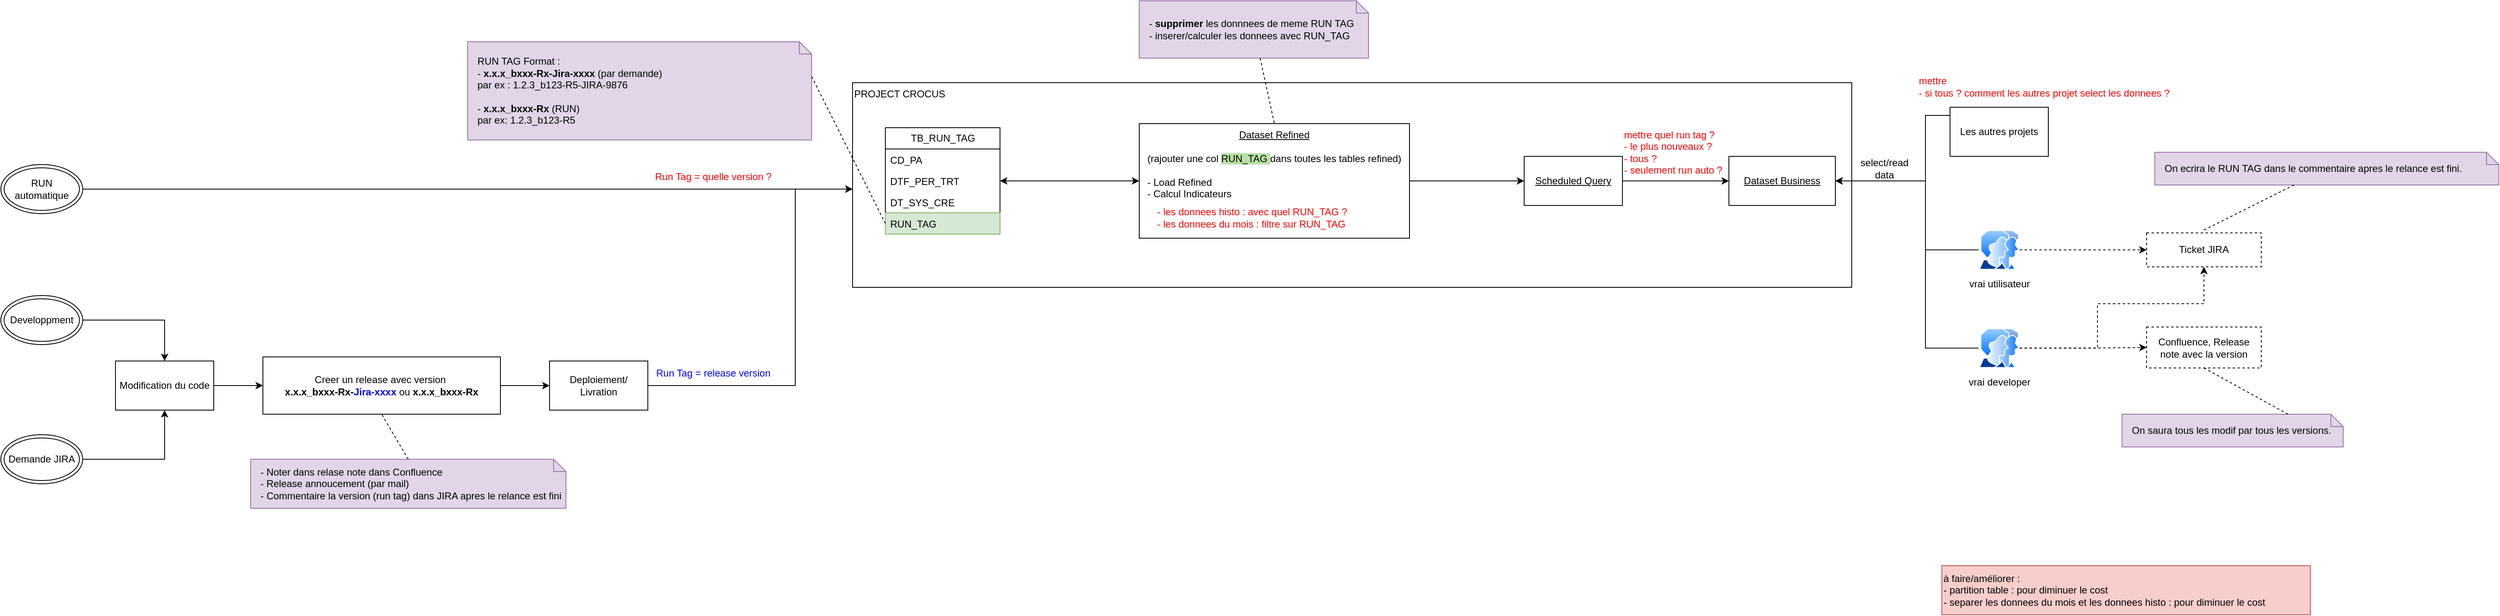
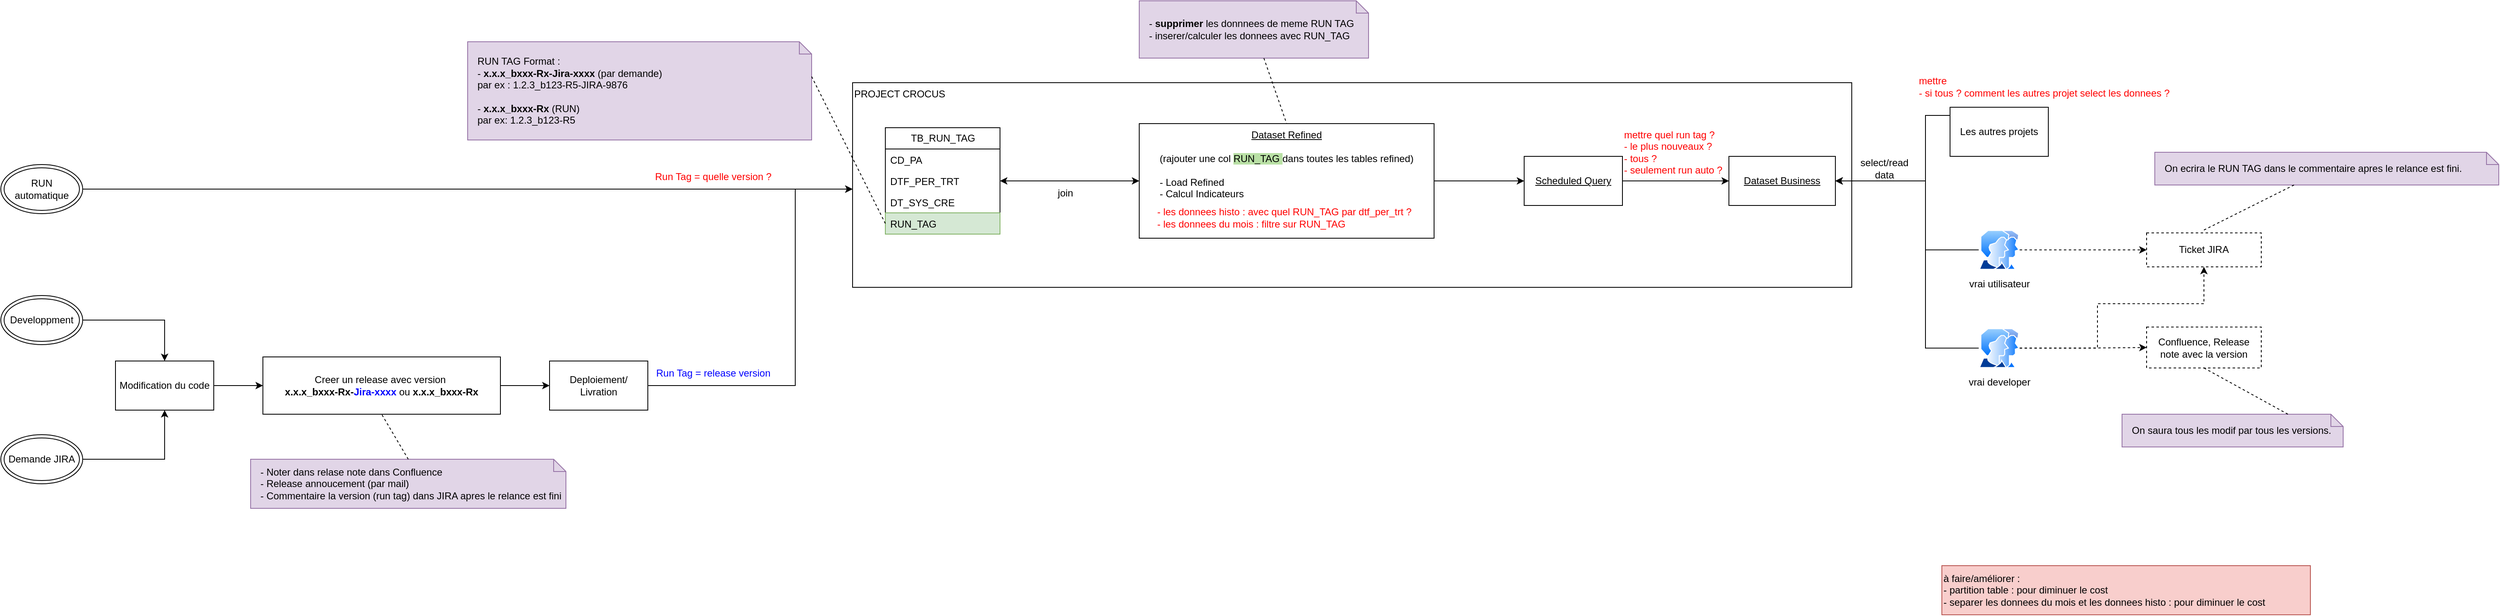
<mxfile host="app.diagrams.net">
  <diagram name="Page-1" id="bEAYSmEDHXBXhFzCy1HB">
    <mxGraphModel dx="2873" dy="1106" grid="1" gridSize="10" guides="1" tooltips="1" connect="1" arrows="1" fold="1" page="1" pageScale="1" pageWidth="827" pageHeight="1169" math="0" shadow="0">
      <root>
        <mxCell id="0" />
        <mxCell id="1" parent="0" />
        <mxCell id="QUzsFoNl6aFI_2ed8XXq-13" parent="1" style="rounded=0;whiteSpace=wrap;html=1;align=left;verticalAlign=top;" value="PROJECT CROCUS" vertex="1">
          <mxGeometry height="250" width="1220" x="380" y="140" as="geometry" />
        </mxCell>
        <mxCell id="QUzsFoNl6aFI_2ed8XXq-1" parent="1" style="swimlane;fontStyle=0;childLayout=stackLayout;horizontal=1;startSize=26;fillColor=none;horizontalStack=0;resizeParent=1;resizeParentMax=0;resizeLast=0;collapsible=1;marginBottom=0;html=1;" value="TB_RUN_TAG" vertex="1">
          <mxGeometry height="130" width="140" x="420" y="195" as="geometry" />
        </mxCell>
        <mxCell id="QUzsFoNl6aFI_2ed8XXq-2" parent="QUzsFoNl6aFI_2ed8XXq-1" style="text;strokeColor=none;fillColor=none;align=left;verticalAlign=top;spacingLeft=4;spacingRight=4;overflow=hidden;rotatable=0;points=[[0,0.5],[1,0.5]];portConstraint=eastwest;whiteSpace=wrap;html=1;" value="CD_PA" vertex="1">
          <mxGeometry height="26" width="140" y="26" as="geometry" />
        </mxCell>
        <mxCell id="QUzsFoNl6aFI_2ed8XXq-3" parent="QUzsFoNl6aFI_2ed8XXq-1" style="text;strokeColor=none;fillColor=none;align=left;verticalAlign=top;spacingLeft=4;spacingRight=4;overflow=hidden;rotatable=0;points=[[0,0.5],[1,0.5]];portConstraint=eastwest;whiteSpace=wrap;html=1;" value="DTF_PER_TRT" vertex="1">
          <mxGeometry height="26" width="140" y="52" as="geometry" />
        </mxCell>
        <mxCell id="QUzsFoNl6aFI_2ed8XXq-4" parent="QUzsFoNl6aFI_2ed8XXq-1" style="text;strokeColor=none;fillColor=none;align=left;verticalAlign=top;spacingLeft=4;spacingRight=4;overflow=hidden;rotatable=0;points=[[0,0.5],[1,0.5]];portConstraint=eastwest;whiteSpace=wrap;html=1;" value="DT_SYS_CRE" vertex="1">
          <mxGeometry height="26" width="140" y="78" as="geometry" />
        </mxCell>
        <mxCell id="QUzsFoNl6aFI_2ed8XXq-5" parent="QUzsFoNl6aFI_2ed8XXq-1" style="text;strokeColor=#82b366;fillColor=#d5e8d4;align=left;verticalAlign=top;spacingLeft=4;spacingRight=4;overflow=hidden;rotatable=0;points=[[0,0.5],[1,0.5]];portConstraint=eastwest;whiteSpace=wrap;html=1;" value="RUN_TAG" vertex="1">
          <mxGeometry height="26" width="140" y="104" as="geometry" />
        </mxCell>
        <mxCell id="QUzsFoNl6aFI_2ed8XXq-7" parent="1" style="shape=note;size=15;align=left;spacingLeft=10;html=1;whiteSpace=wrap;fillColor=#e1d5e7;strokeColor=#9673a6;" value="RUN TAG Format :&amp;nbsp;&lt;div&gt;- &lt;b&gt;x.x.x_bxxx-Rx-Jira-xxxx&lt;/b&gt; (par demande)&amp;nbsp;&lt;/div&gt;&lt;div&gt;par ex : 1.2.3_b123-R5-JIRA-9876&lt;/div&gt;&lt;div&gt;&lt;br&gt;&lt;/div&gt;&lt;div&gt;-&lt;b&gt; x.x.x_bxxx-Rx&lt;/b&gt; (RUN)&lt;/div&gt;&lt;div&gt;&lt;span style=&quot;background-color: transparent; color: light-dark(rgb(0, 0, 0), rgb(255, 255, 255));&quot;&gt;par ex: 1.2.3_b123-R5&lt;/span&gt;&lt;/div&gt;" vertex="1">
          <mxGeometry height="120" width="420" x="-90" y="90" as="geometry" />
        </mxCell>
        <mxCell id="QUzsFoNl6aFI_2ed8XXq-8" edge="1" parent="1" source="QUzsFoNl6aFI_2ed8XXq-7" style="edgeStyle=none;endArrow=none;exitX=0;exitY=0;dashed=1;html=1;rounded=0;entryX=0;entryY=0.5;entryDx=0;entryDy=0;exitDx=420;exitDy=42.5;exitPerimeter=0;" target="QUzsFoNl6aFI_2ed8XXq-5" value="">
          <mxGeometry relative="1" x="1" as="geometry">
            <mxPoint x="590" y="660" as="targetPoint" />
          </mxGeometry>
        </mxCell>
        <mxCell id="QUzsFoNl6aFI_2ed8XXq-10" parent="1" style="rounded=0;whiteSpace=wrap;html=1;dashed=1;" value="Confluence, Release note avec la v&lt;span style=&quot;background-color: transparent; color: light-dark(rgb(0, 0, 0), rgb(255, 255, 255));&quot;&gt;ersion&lt;/span&gt;" vertex="1">
          <mxGeometry height="50" width="140" x="1960" y="438.5" as="geometry" />
        </mxCell>
        <mxCell id="QUzsFoNl6aFI_2ed8XXq-11" parent="1" style="rounded=0;whiteSpace=wrap;html=1;dashed=1;" value="Ticket JIRA" vertex="1">
          <mxGeometry height="41.5" width="140" x="1960" y="323.5" as="geometry" />
        </mxCell>
        <mxCell id="QUzsFoNl6aFI_2ed8XXq-42" edge="1" parent="1" source="QUzsFoNl6aFI_2ed8XXq-12" style="edgeStyle=orthogonalEdgeStyle;rounded=0;orthogonalLoop=1;jettySize=auto;html=1;entryX=1;entryY=0.5;entryDx=0;entryDy=0;startArrow=classic;startFill=1;" target="QUzsFoNl6aFI_2ed8XXq-3">
          <mxGeometry relative="1" as="geometry" />
        </mxCell>
        <mxCell id="QUzsFoNl6aFI_2ed8XXq-50" edge="1" parent="1" source="QUzsFoNl6aFI_2ed8XXq-12" style="edgeStyle=orthogonalEdgeStyle;rounded=0;orthogonalLoop=1;jettySize=auto;html=1;" target="QUzsFoNl6aFI_2ed8XXq-46">
          <mxGeometry relative="1" as="geometry">
            <Array as="points" />
          </mxGeometry>
        </mxCell>
        <mxCell id="QUzsFoNl6aFI_2ed8XXq-12" parent="1" style="rounded=0;whiteSpace=wrap;html=1;verticalAlign=top;" value="&lt;u&gt;Dataset Refined&lt;/u&gt;&lt;div&gt;&lt;u&gt;&lt;br&gt;&lt;/u&gt;&lt;div&gt;(rajouter une col &lt;span style=&quot;background-color: rgb(185, 224, 165);&quot;&gt;RUN_TAG &lt;/span&gt;dans toutes les tables refined)&lt;/div&gt;&lt;div&gt;&lt;br&gt;&lt;/div&gt;&lt;div style=&quot;text-align: left;&quot;&gt;- Load Refined&amp;nbsp; &amp;nbsp; &amp;nbsp; &amp;nbsp;&lt;/div&gt;&lt;div style=&quot;text-align: left;&quot;&gt;- Calcul Indicateurs&lt;/div&gt;&lt;/div&gt;" vertex="1">
-           <mxGeometry height="140" width="330" x="730" y="190" as="geometry" />
+           <mxGeometry height="140" width="360" x="730" y="190" as="geometry" />
        </mxCell>
        <mxCell id="QUzsFoNl6aFI_2ed8XXq-27" edge="1" parent="1" source="QUzsFoNl6aFI_2ed8XXq-33" style="edgeStyle=orthogonalEdgeStyle;rounded=0;orthogonalLoop=1;jettySize=auto;html=1;entryX=0.5;entryY=0;entryDx=0;entryDy=0;" target="QUzsFoNl6aFI_2ed8XXq-23">
          <mxGeometry relative="1" as="geometry">
            <mxPoint x="-760" y="325" as="sourcePoint" />
          </mxGeometry>
        </mxCell>
        <mxCell id="QUzsFoNl6aFI_2ed8XXq-29" edge="1" parent="1" source="QUzsFoNl6aFI_2ed8XXq-34" style="edgeStyle=orthogonalEdgeStyle;rounded=0;orthogonalLoop=1;jettySize=auto;html=1;entryX=0.5;entryY=1;entryDx=0;entryDy=0;" target="QUzsFoNl6aFI_2ed8XXq-23">
          <mxGeometry relative="1" as="geometry">
            <mxPoint x="-820" y="785" as="sourcePoint" />
          </mxGeometry>
        </mxCell>
        <mxCell id="QUzsFoNl6aFI_2ed8XXq-19" parent="1" style="text;html=1;whiteSpace=wrap;strokeColor=none;fillColor=none;align=center;verticalAlign=middle;rounded=0;fontColor=#0000FF;" value="&lt;font style=&quot;color: rgb(255, 0, 0);&quot;&gt;Run Tag = quelle version ?&lt;/font&gt;" vertex="1">
          <mxGeometry height="30" width="200" x="110" y="240" as="geometry" />
        </mxCell>
        <mxCell id="QUzsFoNl6aFI_2ed8XXq-28" edge="1" parent="1" source="QUzsFoNl6aFI_2ed8XXq-23" style="edgeStyle=orthogonalEdgeStyle;rounded=0;orthogonalLoop=1;jettySize=auto;html=1;" target="QUzsFoNl6aFI_2ed8XXq-25">
          <mxGeometry relative="1" as="geometry" />
        </mxCell>
        <mxCell id="QUzsFoNl6aFI_2ed8XXq-23" parent="1" style="rounded=0;whiteSpace=wrap;html=1;" value="Modification du code" vertex="1">
          <mxGeometry height="60" width="120" x="-520" y="480" as="geometry" />
        </mxCell>
        <mxCell id="QUzsFoNl6aFI_2ed8XXq-31" edge="1" parent="1" source="QUzsFoNl6aFI_2ed8XXq-24" style="edgeStyle=orthogonalEdgeStyle;rounded=0;orthogonalLoop=1;jettySize=auto;html=1;" target="QUzsFoNl6aFI_2ed8XXq-13">
          <mxGeometry relative="1" as="geometry">
            <Array as="points">
              <mxPoint x="310" y="510" />
              <mxPoint x="310" y="270" />
            </Array>
          </mxGeometry>
        </mxCell>
        <mxCell id="QUzsFoNl6aFI_2ed8XXq-24" parent="1" style="rounded=0;whiteSpace=wrap;html=1;" value="Deploiement/ Livration" vertex="1">
          <mxGeometry height="60" width="120" x="10" y="480" as="geometry" />
        </mxCell>
        <mxCell id="QUzsFoNl6aFI_2ed8XXq-30" edge="1" parent="1" source="QUzsFoNl6aFI_2ed8XXq-25" style="edgeStyle=orthogonalEdgeStyle;rounded=0;orthogonalLoop=1;jettySize=auto;html=1;entryX=0;entryY=0.5;entryDx=0;entryDy=0;" target="QUzsFoNl6aFI_2ed8XXq-24">
          <mxGeometry relative="1" as="geometry" />
        </mxCell>
        <mxCell id="QUzsFoNl6aFI_2ed8XXq-25" parent="1" style="rounded=0;whiteSpace=wrap;html=1;" value="Creer un release avec version&amp;nbsp;&lt;div&gt;&lt;span style=&quot;text-align: left;&quot;&gt;&lt;b&gt;x.x.x_bxxx-Rx-&lt;font style=&quot;color: rgb(0, 0, 255);&quot;&gt;Jira-xxxx&lt;/font&gt;&lt;/b&gt; ou&amp;nbsp;&lt;/span&gt;&lt;span style=&quot;text-align: left;&quot;&gt;&lt;b&gt;x.x.x_bxxx-Rx&lt;/b&gt;&lt;/span&gt;&lt;/div&gt;" vertex="1">
          <mxGeometry height="70" width="290" x="-340" y="475" as="geometry" />
        </mxCell>
        <mxCell id="QUzsFoNl6aFI_2ed8XXq-33" parent="1" style="ellipse;shape=doubleEllipse;whiteSpace=wrap;html=1;" value="Developpment" vertex="1">
          <mxGeometry height="60" width="100" x="-660" y="400" as="geometry" />
        </mxCell>
        <mxCell id="QUzsFoNl6aFI_2ed8XXq-34" parent="1" style="ellipse;shape=doubleEllipse;whiteSpace=wrap;html=1;" value="Demande JIRA" vertex="1">
          <mxGeometry height="60" width="100" x="-660" y="570" as="geometry" />
        </mxCell>
        <mxCell id="QUzsFoNl6aFI_2ed8XXq-36" edge="1" parent="1" source="QUzsFoNl6aFI_2ed8XXq-35" style="edgeStyle=orthogonalEdgeStyle;rounded=0;orthogonalLoop=1;jettySize=auto;html=1;" target="QUzsFoNl6aFI_2ed8XXq-13">
          <mxGeometry relative="1" as="geometry">
            <Array as="points">
              <mxPoint x="40" y="270" />
              <mxPoint x="40" y="270" />
            </Array>
          </mxGeometry>
        </mxCell>
        <mxCell id="QUzsFoNl6aFI_2ed8XXq-35" parent="1" style="ellipse;shape=doubleEllipse;whiteSpace=wrap;html=1;" value="RUN automatique" vertex="1">
          <mxGeometry height="60" width="100" x="-660" y="240" as="geometry" />
        </mxCell>
        <mxCell id="QUzsFoNl6aFI_2ed8XXq-37" parent="1" style="text;html=1;whiteSpace=wrap;strokeColor=none;fillColor=none;align=center;verticalAlign=middle;rounded=0;fontColor=#0000FF;" value="Run Tag = release version" vertex="1">
          <mxGeometry height="30" width="200" x="110" y="480" as="geometry" />
        </mxCell>
        <mxCell id="QUzsFoNl6aFI_2ed8XXq-38" parent="1" style="shape=note;size=15;align=left;spacingLeft=10;html=1;whiteSpace=wrap;fillColor=#e1d5e7;strokeColor=#9673a6;" value="- Noter dans relase note dans Confluence&lt;div&gt;- Release annoucement (par mail)&lt;/div&gt;&lt;div&gt;- Commentaire la version (run tag) dans JIRA apres le relance est fini&lt;/div&gt;" vertex="1">
          <mxGeometry height="60" width="385" x="-355" y="600" as="geometry" />
        </mxCell>
        <mxCell id="QUzsFoNl6aFI_2ed8XXq-39" edge="1" parent="1" source="QUzsFoNl6aFI_2ed8XXq-38" style="edgeStyle=none;endArrow=none;exitX=0.5;exitY=0;dashed=1;html=1;rounded=0;entryX=0.5;entryY=1;entryDx=0;entryDy=0;exitDx=0;exitDy=0;exitPerimeter=0;" target="QUzsFoNl6aFI_2ed8XXq-25" value="">
          <mxGeometry relative="1" x="1" as="geometry">
            <mxPoint x="710" y="660" as="sourcePoint" />
            <mxPoint x="762" y="510" as="targetPoint" />
          </mxGeometry>
        </mxCell>
        <mxCell id="QUzsFoNl6aFI_2ed8XXq-40" parent="1" style="shape=note;size=15;align=left;spacingLeft=10;html=1;whiteSpace=wrap;fillColor=#e1d5e7;strokeColor=#9673a6;" value="- &lt;b&gt;supprimer &lt;/b&gt;les donnnees de meme RUN TAG&lt;div&gt;- inserer/calculer les donnees avec RUN_TAG&lt;/div&gt;" vertex="1">
          <mxGeometry height="70" width="280" x="730" y="40" as="geometry" />
        </mxCell>
        <mxCell id="QUzsFoNl6aFI_2ed8XXq-41" edge="1" parent="1" source="QUzsFoNl6aFI_2ed8XXq-40" style="edgeStyle=none;endArrow=none;dashed=1;html=1;rounded=0;entryX=0.5;entryY=0;entryDx=0;entryDy=0;" target="QUzsFoNl6aFI_2ed8XXq-12" value="">
          <mxGeometry relative="1" x="1" as="geometry">
            <mxPoint x="720" y="650" as="sourcePoint" />
            <mxPoint x="772" y="500" as="targetPoint" />
          </mxGeometry>
        </mxCell>
-         <mxCell id="QUzsFoNl6aFI_2ed8XXq-43" parent="1" style="text;html=1;whiteSpace=wrap;strokeColor=none;fillColor=none;align=left;verticalAlign=middle;rounded=0;" value="&lt;font style=&quot;color: rgb(255, 0, 0);&quot;&gt;- les donnees histo : avec quel RUN_TAG ?&lt;/font&gt;&lt;div&gt;&lt;font style=&quot;color: rgb(255, 0, 0);&quot;&gt;- les donnees du mois : f&lt;/font&gt;&lt;span style=&quot;color: light-dark(rgb(255, 0, 0), rgb(255, 144, 144)); background-color: transparent;&quot;&gt;iltre sur RUN_TAG&lt;/span&gt;&lt;/div&gt;" vertex="1">
-           <mxGeometry height="30" width="290" x="750" y="290" as="geometry" />
+         <mxCell id="QUzsFoNl6aFI_2ed8XXq-43" parent="1" style="text;html=1;whiteSpace=wrap;strokeColor=none;fillColor=none;align=left;verticalAlign=middle;rounded=0;" value="&lt;font style=&quot;color: rgb(255, 0, 0);&quot;&gt;- les donnees histo : avec quel RUN_TAG par dtf_per_trt ?&lt;/font&gt;&lt;div&gt;&lt;font style=&quot;color: rgb(255, 0, 0);&quot;&gt;- les donnees du mois : f&lt;/font&gt;&lt;span style=&quot;color: light-dark(rgb(255, 0, 0), rgb(255, 144, 144)); background-color: transparent;&quot;&gt;iltre sur RUN_TAG&lt;/span&gt;&lt;/div&gt;" vertex="1">
+           <mxGeometry height="30" width="330" x="750" y="290" as="geometry" />
        </mxCell>
        <mxCell id="QUzsFoNl6aFI_2ed8XXq-45" parent="1" style="rounded=0;whiteSpace=wrap;html=1;" value="&lt;u&gt;Dataset Business&lt;/u&gt;" vertex="1">
          <mxGeometry height="60" width="130" x="1450" y="230" as="geometry" />
        </mxCell>
        <mxCell id="QUzsFoNl6aFI_2ed8XXq-48" edge="1" parent="1" source="QUzsFoNl6aFI_2ed8XXq-46" style="edgeStyle=orthogonalEdgeStyle;rounded=0;orthogonalLoop=1;jettySize=auto;html=1;" target="QUzsFoNl6aFI_2ed8XXq-45">
          <mxGeometry relative="1" as="geometry" />
        </mxCell>
        <mxCell id="QUzsFoNl6aFI_2ed8XXq-46" parent="1" style="rounded=0;whiteSpace=wrap;html=1;" value="&lt;u&gt;Scheduled Query&lt;/u&gt;" vertex="1">
          <mxGeometry height="60" width="120" x="1200" y="230" as="geometry" />
        </mxCell>
        <mxCell id="QUzsFoNl6aFI_2ed8XXq-51" parent="1" style="text;html=1;whiteSpace=wrap;strokeColor=none;fillColor=none;align=left;verticalAlign=middle;rounded=0;fontColor=#FF0000;" value="mettre quel run tag ?&amp;nbsp;&lt;div&gt;- le plus nouveaux ?&lt;/div&gt;&lt;div&gt;- tous ?&lt;/div&gt;&lt;div&gt;- seulement run auto ?&lt;/div&gt;" vertex="1">
          <mxGeometry height="30" width="370" x="1320" y="210" as="geometry" />
        </mxCell>
        <mxCell id="QUzsFoNl6aFI_2ed8XXq-59" edge="1" parent="1" source="QUzsFoNl6aFI_2ed8XXq-52" style="edgeStyle=orthogonalEdgeStyle;rounded=0;orthogonalLoop=1;jettySize=auto;html=1;entryX=1;entryY=0.5;entryDx=0;entryDy=0;" target="QUzsFoNl6aFI_2ed8XXq-45">
          <mxGeometry relative="1" as="geometry">
            <Array as="points">
              <mxPoint x="1690" y="180" />
              <mxPoint x="1690" y="260" />
            </Array>
          </mxGeometry>
        </mxCell>
        <mxCell id="QUzsFoNl6aFI_2ed8XXq-52" parent="1" style="rounded=0;whiteSpace=wrap;html=1;" value="Les autres projets" vertex="1">
          <mxGeometry height="60" width="120" x="1720" y="170" as="geometry" />
        </mxCell>
        <mxCell id="QUzsFoNl6aFI_2ed8XXq-58" edge="1" parent="1" source="QUzsFoNl6aFI_2ed8XXq-57" style="edgeStyle=orthogonalEdgeStyle;rounded=0;orthogonalLoop=1;jettySize=auto;html=1;entryX=1;entryY=0.5;entryDx=0;entryDy=0;" target="QUzsFoNl6aFI_2ed8XXq-45">
          <mxGeometry relative="1" as="geometry">
            <Array as="points">
              <mxPoint x="1690" y="344" />
              <mxPoint x="1690" y="260" />
            </Array>
          </mxGeometry>
        </mxCell>
        <mxCell id="QUzsFoNl6aFI_2ed8XXq-65" edge="1" parent="1" source="QUzsFoNl6aFI_2ed8XXq-57" style="edgeStyle=orthogonalEdgeStyle;rounded=0;orthogonalLoop=1;jettySize=auto;html=1;dashed=1;" target="QUzsFoNl6aFI_2ed8XXq-11">
          <mxGeometry relative="1" as="geometry" />
        </mxCell>
        <mxCell id="QUzsFoNl6aFI_2ed8XXq-57" parent="1" style="image;aspect=fixed;perimeter=ellipsePerimeter;html=1;align=center;shadow=0;dashed=0;spacingTop=3;image=img/lib/active_directory/user_accounts.svg;" value="vrai utilisateur" vertex="1">
          <mxGeometry height="48.5" width="50" x="1755" y="320" as="geometry" />
        </mxCell>
        <mxCell id="QUzsFoNl6aFI_2ed8XXq-60" parent="1" style="text;html=1;whiteSpace=wrap;strokeColor=none;fillColor=none;align=center;verticalAlign=middle;rounded=0;" value="select/read data" vertex="1">
          <mxGeometry height="30" width="60" x="1610" y="230" as="geometry" />
        </mxCell>
        <mxCell id="QUzsFoNl6aFI_2ed8XXq-63" edge="1" parent="1" source="QUzsFoNl6aFI_2ed8XXq-62" style="edgeStyle=orthogonalEdgeStyle;rounded=0;orthogonalLoop=1;jettySize=auto;html=1;entryX=1;entryY=0.5;entryDx=0;entryDy=0;" target="QUzsFoNl6aFI_2ed8XXq-45">
          <mxGeometry relative="1" as="geometry">
            <Array as="points">
              <mxPoint x="1690" y="464" />
              <mxPoint x="1690" y="260" />
            </Array>
          </mxGeometry>
        </mxCell>
        <mxCell id="QUzsFoNl6aFI_2ed8XXq-66" edge="1" parent="1" source="QUzsFoNl6aFI_2ed8XXq-62" style="edgeStyle=orthogonalEdgeStyle;rounded=0;orthogonalLoop=1;jettySize=auto;html=1;dashed=1;" target="QUzsFoNl6aFI_2ed8XXq-10">
          <mxGeometry relative="1" as="geometry" />
        </mxCell>
        <mxCell id="QUzsFoNl6aFI_2ed8XXq-68" edge="1" parent="1" source="QUzsFoNl6aFI_2ed8XXq-62" style="edgeStyle=orthogonalEdgeStyle;rounded=0;orthogonalLoop=1;jettySize=auto;html=1;entryX=0.5;entryY=1;entryDx=0;entryDy=0;dashed=1;" target="QUzsFoNl6aFI_2ed8XXq-11">
          <mxGeometry relative="1" as="geometry">
            <Array as="points">
              <mxPoint x="1900" y="464" />
              <mxPoint x="1900" y="410" />
              <mxPoint x="2030" y="410" />
            </Array>
          </mxGeometry>
        </mxCell>
        <mxCell id="QUzsFoNl6aFI_2ed8XXq-62" parent="1" style="image;aspect=fixed;perimeter=ellipsePerimeter;html=1;align=center;shadow=0;dashed=0;spacingTop=3;image=img/lib/active_directory/user_accounts.svg;" value="vrai developer" vertex="1">
          <mxGeometry height="48.5" width="50" x="1755" y="440" as="geometry" />
        </mxCell>
        <mxCell id="QUzsFoNl6aFI_2ed8XXq-69" parent="1" style="shape=note;size=15;align=left;spacingLeft=10;html=1;whiteSpace=wrap;fillColor=#e1d5e7;strokeColor=#9673a6;" value="On ecrira le RUN TAG dans le commentaire apres le relance est fini." vertex="1">
          <mxGeometry height="40" width="420" x="1970" y="225" as="geometry" />
        </mxCell>
        <mxCell id="QUzsFoNl6aFI_2ed8XXq-70" edge="1" parent="1" source="QUzsFoNl6aFI_2ed8XXq-69" style="edgeStyle=none;endArrow=none;dashed=1;html=1;rounded=0;" value="">
          <mxGeometry relative="1" x="1" as="geometry">
            <mxPoint x="970" y="210" as="sourcePoint" />
            <mxPoint x="2030" y="320" as="targetPoint" />
          </mxGeometry>
        </mxCell>
        <mxCell id="QUzsFoNl6aFI_2ed8XXq-71" parent="1" style="shape=note;size=15;align=left;spacingLeft=10;html=1;whiteSpace=wrap;fillColor=#e1d5e7;strokeColor=#9673a6;" value="On saura tous les modif par tous les versions." vertex="1">
          <mxGeometry height="40" width="270" x="1930" y="545" as="geometry" />
        </mxCell>
        <mxCell id="QUzsFoNl6aFI_2ed8XXq-72" edge="1" parent="1" source="QUzsFoNl6aFI_2ed8XXq-71" style="edgeStyle=none;endArrow=none;dashed=1;html=1;rounded=0;entryX=0.5;entryY=1;entryDx=0;entryDy=0;exitX=0;exitY=0;exitDx=202.5;exitDy=0;exitPerimeter=0;" target="QUzsFoNl6aFI_2ed8XXq-10" value="">
          <mxGeometry relative="1" x="1" as="geometry">
            <mxPoint x="2180" y="470" as="sourcePoint" />
            <mxPoint x="2070" y="525" as="targetPoint" />
          </mxGeometry>
        </mxCell>
        <mxCell id="QUzsFoNl6aFI_2ed8XXq-73" parent="1" style="text;html=1;whiteSpace=wrap;strokeColor=none;fillColor=none;align=left;verticalAlign=middle;rounded=0;fontColor=#FF0000;" value="mettre&amp;nbsp;&lt;div&gt;&lt;span style=&quot;background-color: transparent; color: light-dark(rgb(255, 0, 0), rgb(255, 144, 144));&quot;&gt;- si tous ? comment les autres projet select les donnees ?&lt;/span&gt;&lt;/div&gt;" vertex="1">
          <mxGeometry height="30" width="370" x="1680" y="130" as="geometry" />
        </mxCell>
        <mxCell id="QUzsFoNl6aFI_2ed8XXq-74" parent="1" style="rounded=0;whiteSpace=wrap;html=1;align=left;fillColor=#f8cecc;strokeColor=#b85450;" value="à faire/améliorer :&lt;div&gt;- partition table : pour diminuer le cost&lt;/div&gt;&lt;div&gt;- separer les donnees du mois et les donnees histo&amp;nbsp;&lt;span style=&quot;background-color: transparent; color: light-dark(rgb(0, 0, 0), rgb(255, 255, 255));&quot;&gt;: pour diminuer le cost&lt;/span&gt;&lt;/div&gt;" vertex="1">
          <mxGeometry height="60" width="450" x="1710" y="730" as="geometry" />
+         </mxCell>
+         <mxCell id="QUzsFoNl6aFI_2ed8XXq-76" parent="1" style="text;html=1;whiteSpace=wrap;strokeColor=none;fillColor=none;align=center;verticalAlign=middle;rounded=0;" value="join" vertex="1">
+           <mxGeometry height="30" width="60" x="610" y="260" as="geometry" />
        </mxCell>
      </root>
    </mxGraphModel>
  </diagram>
</mxfile>
